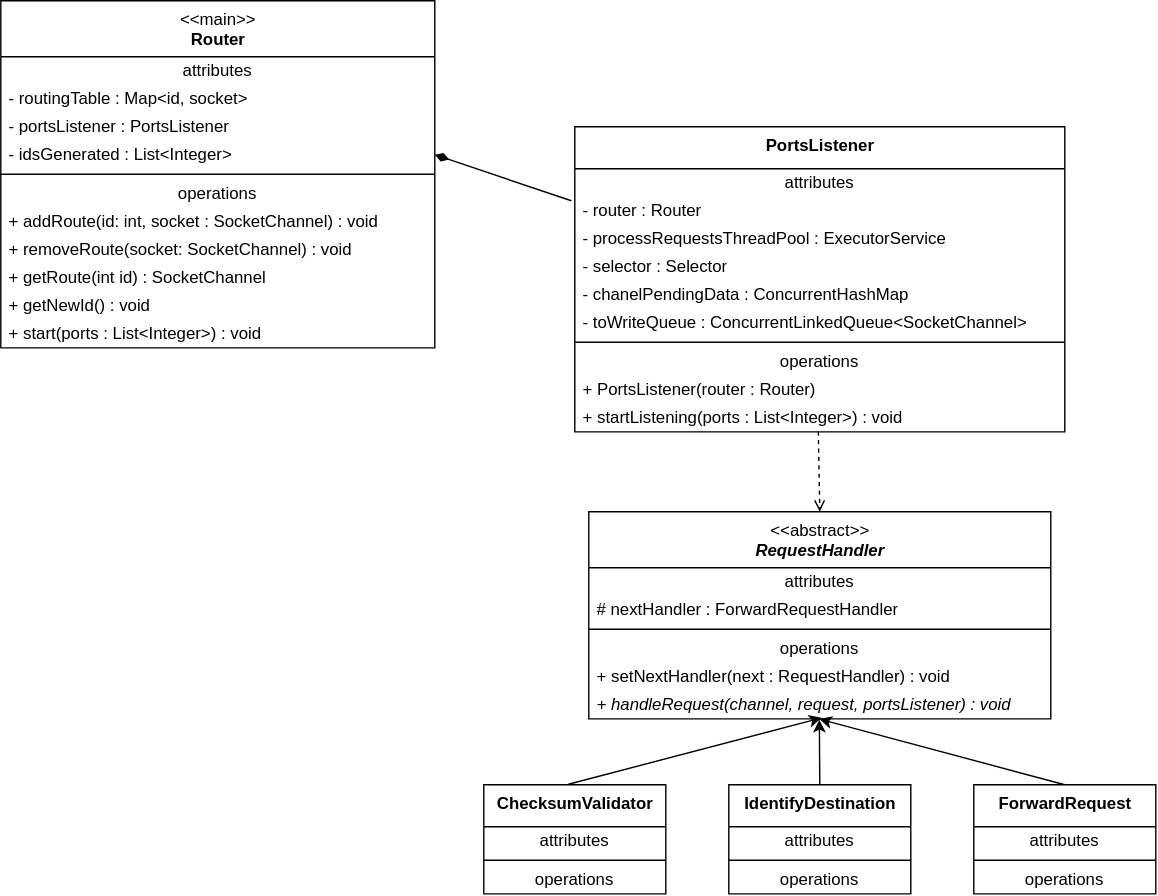
Above: routerUML.svg in tlouro-c/stock-exchange-simulator (draw.io), before the change. Source tidied: cells renumbered, new cells last; positions are measured from the earlier drawing's top-left corner, leaving out a move shared by most shapes.
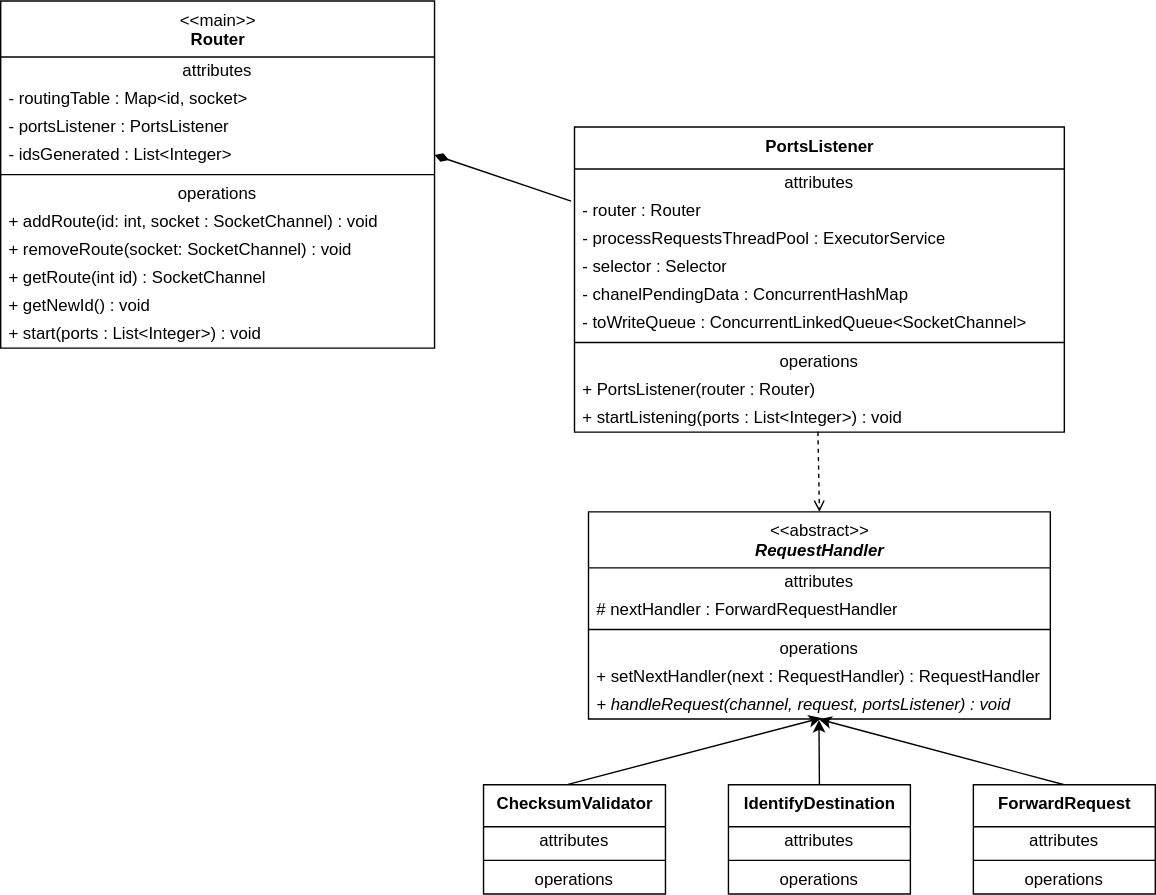
The same diagram one commit later.

The edit, as a diff of the source:
```diff
@@ -50,7 +50,7 @@
     <mxCell id="17" value="operations" style="text;html=1;strokeColor=none;fillColor=none;align=center;verticalAlign=middle;spacingLeft=4;spacingRight=4;overflow=hidden;" parent="13" vertex="1">
       <mxGeometry y="88" width="330" height="20" as="geometry" />
     </mxCell>
-    <mxCell id="18" value="+ setNextHandler(next : RequestHandler) : void" style="text;html=1;strokeColor=none;fillColor=none;align=left;verticalAlign=middle;spacingLeft=4;spacingRight=4;overflow=hidden;" parent="13" vertex="1">
+    <mxCell id="18" value="+ setNextHandler(next : RequestHandler) : RequestHandler" style="text;html=1;strokeColor=none;fillColor=none;align=left;verticalAlign=middle;spacingLeft=4;spacingRight=4;overflow=hidden;" parent="13" vertex="1">
       <mxGeometry y="108" width="330" height="20" as="geometry" />
     </mxCell>
     <mxCell id="19" value="&lt;i&gt;+ handleRequest(channel, request, portsListener) : void&lt;/i&gt;" style="text;html=1;strokeColor=none;fillColor=none;align=left;verticalAlign=middle;spacingLeft=4;spacingRight=4;overflow=hidden;points=[[0,0.5],[1,0.5]];portConstraint=eastwest;" parent="13" vertex="1">
```
